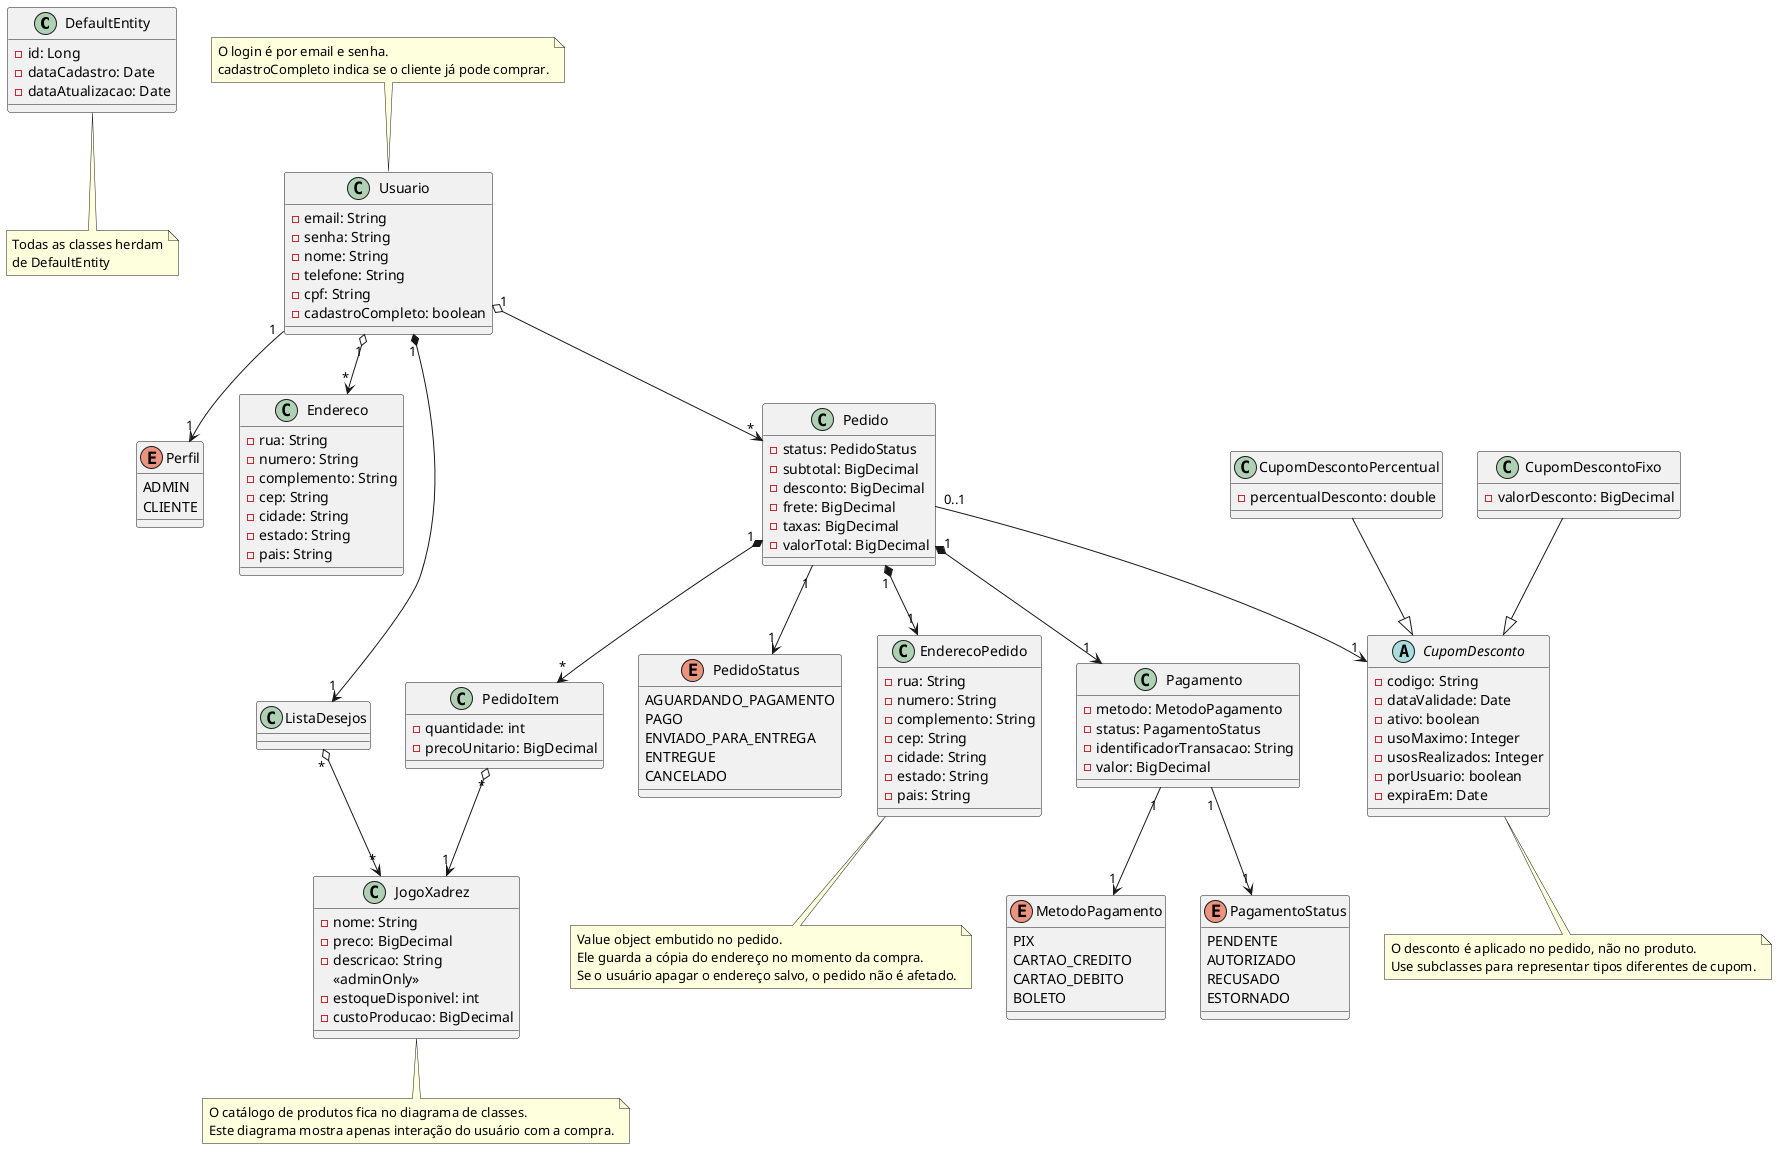
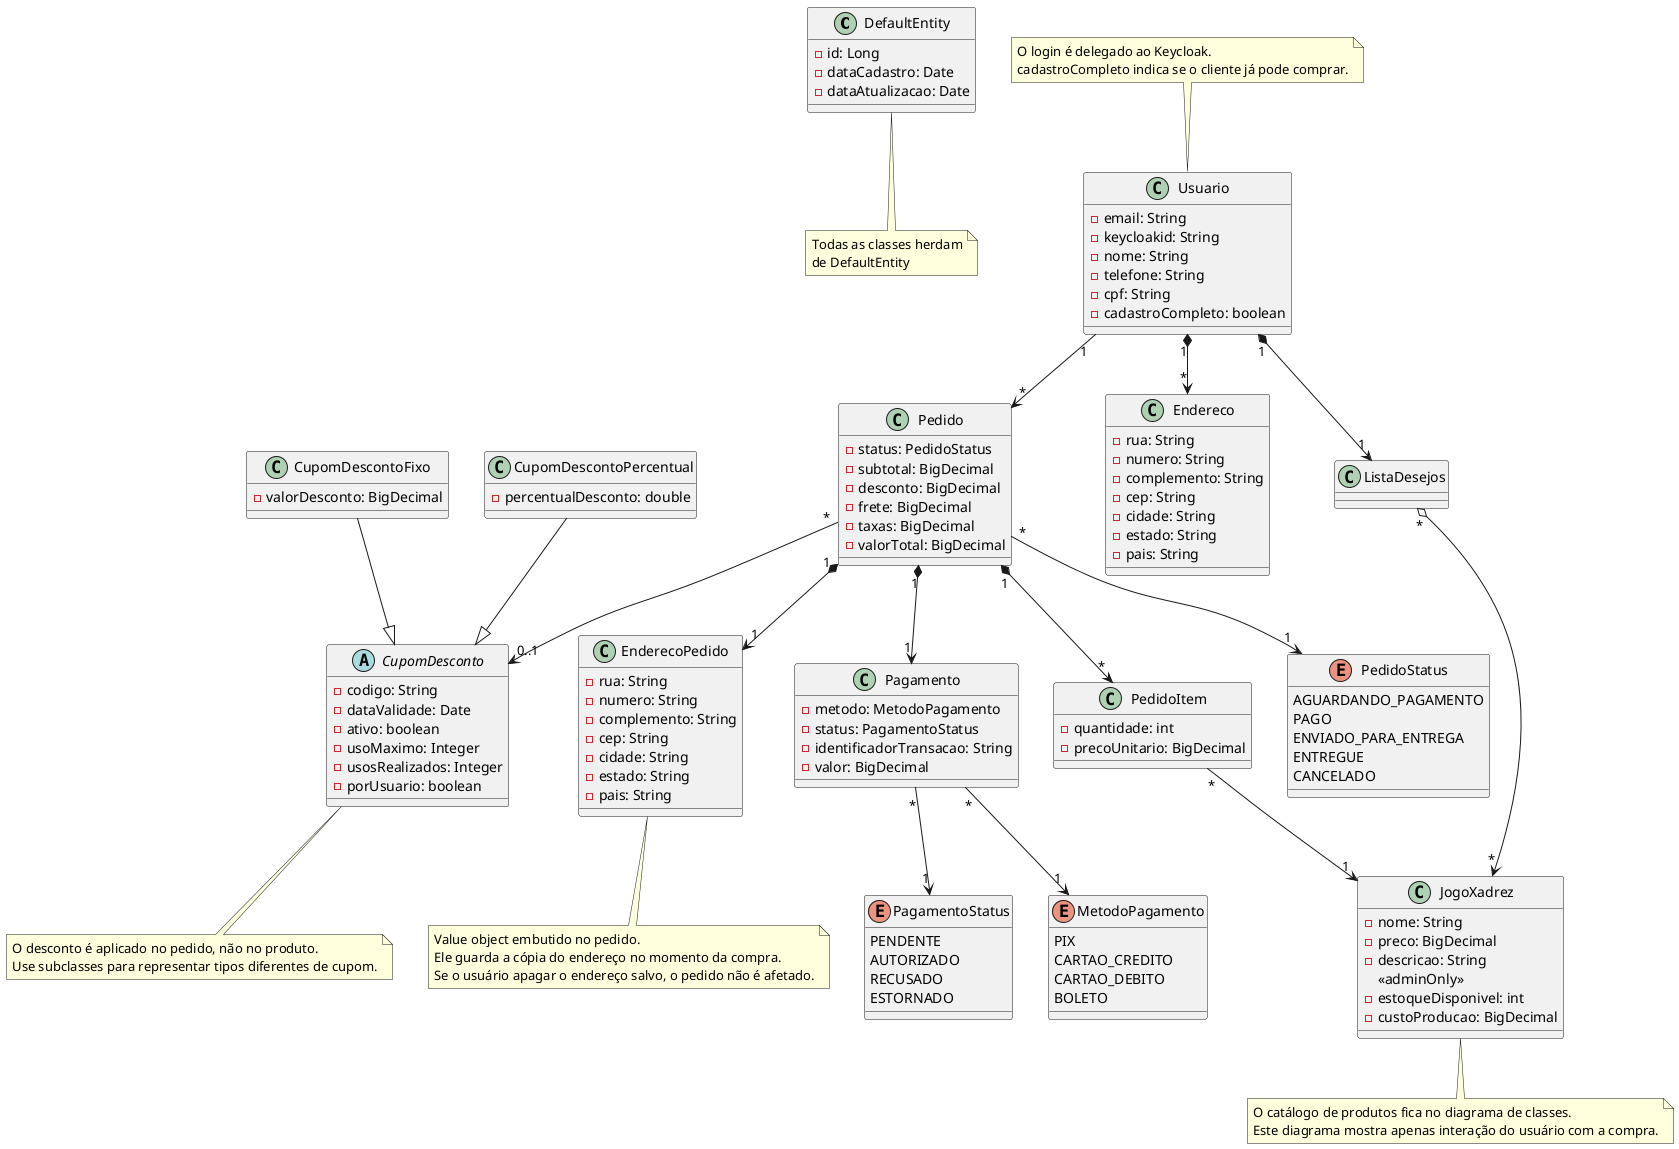
@startuml EComerce

class DefaultEntity {
  - id: Long
  - dataCadastro: Date
  - dataAtualizacao: Date
}

class Usuario {
  - email: String
-   - senha: String
+   - keycloakid: String
  - nome: String
  - telefone: String
  - cpf: String
  - cadastroCompleto: boolean
}
- enum Perfil {
-   ADMIN
-   CLIENTE
-   }

class Endereco {
  - rua: String
  - numero: String
  - complemento: String
  - cep: String
  - cidade: String
  - estado: String
  - pais: String
}

- 
class ListaDesejos {
}
- 
- 
- 

class Pedido {
  - status: PedidoStatus
  - subtotal: BigDecimal
  - desconto: BigDecimal
  - frete: BigDecimal
  - taxas: BigDecimal
  - valorTotal: BigDecimal
}

enum PedidoStatus {
  AGUARDANDO_PAGAMENTO
  PAGO
  ENVIADO_PARA_ENTREGA
  ENTREGUE
  CANCELADO
}

class EnderecoPedido {
  - rua: String
  - numero: String
  - complemento: String
  - cep: String
  - cidade: String
  - estado: String
  - pais: String
}

- 
enum MetodoPagamento {
  PIX
  CARTAO_CREDITO
  CARTAO_DEBITO
  BOLETO
}

enum PagamentoStatus {
  PENDENTE
  AUTORIZADO
  RECUSADO
  ESTORNADO
}

class Pagamento {
  - metodo: MetodoPagamento
  - status: PagamentoStatus
  - identificadorTransacao: String
  - valor: BigDecimal
}

class PedidoItem {
  - quantidade: int
  - precoUnitario: BigDecimal
}

- class JogoXadrez{
-     -nome: String
-   -preco: BigDecimal
-     -descricao: String
-     <<adminOnly>>
-     -estoqueDisponivel: int
-   -custoProducao: BigDecimal
+ class JogoXadrez {
+   - nome: String
+   - preco: BigDecimal
+   - descricao: String
+   <<adminOnly>>
+   - estoqueDisponivel: int
+   - custoProducao: BigDecimal
}

abstract class CupomDesconto {
  - codigo: String
  - dataValidade: Date
  - ativo: boolean
  - usoMaximo: Integer
  - usosRealizados: Integer
  - porUsuario: boolean
-   - expiraEm: Date
}

class CupomDescontoPercentual {
  - percentualDesconto: double
}

class CupomDescontoFixo {
  - valorDesconto: BigDecimal
}

CupomDescontoPercentual --|> CupomDesconto
CupomDescontoFixo --|> CupomDesconto

+ ' --- CORREÇÕES DE RELACIONAMENTOS E CARDINALIDADES ---

+ Usuario "1" *--> "*" Endereco
+ Usuario "1" *--> "1" ListaDesejos
+ Usuario "1" --> "*" Pedido

- Usuario "1" o--> "*" Endereco
- Usuario "1" *--> "1" ListaDesejos
- Usuario "1" o--> "*" Pedido
- Usuario "1" --> "1" Perfil
- 
+ ' Ajustado para Muitos-para-Muitos:
ListaDesejos "*" o--> "*" JogoXadrez

Pedido "1" *--> "*" PedidoItem
- PedidoItem "*" o--> "1" JogoXadrez
+ PedidoItem "*" --> "1" JogoXadrez
Pedido "1" *--> "1" EnderecoPedido
Pedido "1" *--> "1" Pagamento
- Pedido "0..1" --> "1" CupomDesconto

+ ' Ajustado: Muitos pedidos podem usar 1 cupom:
+ Pedido "*" --> "0..1" CupomDesconto

- 
- Pedido "1"--> "1" PedidoStatus
- Pagamento "1"--> "1"MetodoPagamento
- Pagamento "1"--> "1"PagamentoStatus
+ ' Ajustado: Muitos pedidos/pagamentos podem ter o mesmo status/método:
+ Pedido "*" --> "1" PedidoStatus
+ Pagamento "*" --> "1" MetodoPagamento
+ Pagamento "*" --> "1" PagamentoStatus

note bottom of DefaultEntity
  Todas as classes herdam
  de DefaultEntity
end note

note top of Usuario
-   O login é por email e senha.
+   O login é delegado ao Keycloak.
  cadastroCompleto indica se o cliente já pode comprar.
end note

note bottom of EnderecoPedido
  Value object embutido no pedido.
  Ele guarda a cópia do endereço no momento da compra.
  Se o usuário apagar o endereço salvo, o pedido não é afetado.
end note

note bottom of JogoXadrez
  O catálogo de produtos fica no diagrama de classes.
  Este diagrama mostra apenas interação do usuário com a compra.
end note

note bottom of CupomDesconto
  O desconto é aplicado no pedido, não no produto.
  Use subclasses para representar tipos diferentes de cupom.
end note

- @enduml
+ @enduml